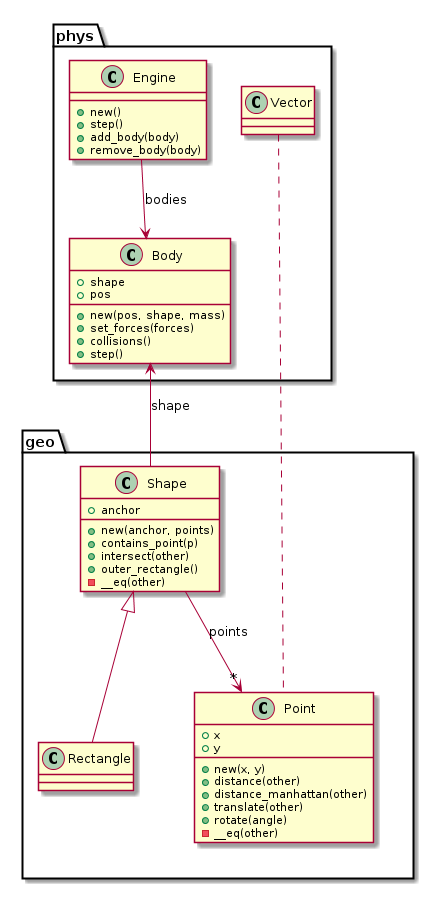
Above: doc/phys.png in andrenho/newhope (PlantUML), before the change.
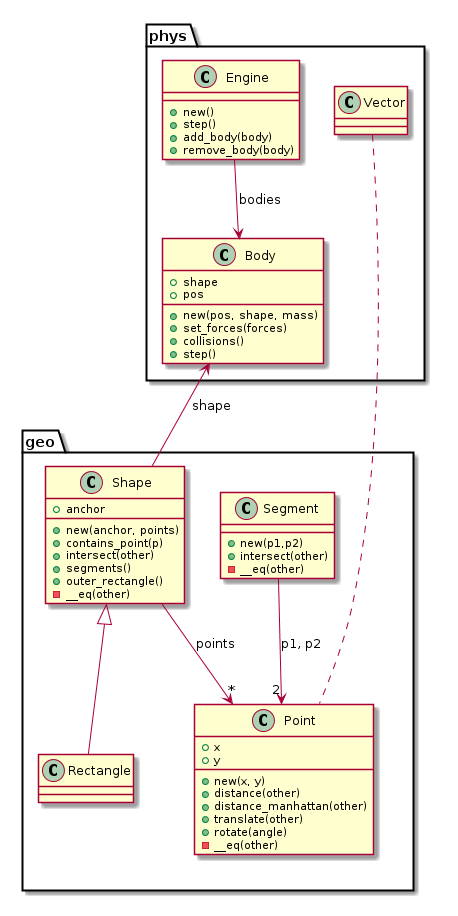
After the commit.

What changed in the source:
```diff
@@ -3,6 +3,7 @@
 package "geo" {
 	Shape --> "*" Point : points
 	Shape <|-- Rectangle
+	Segment --> "2" Point: p1, p2
 }
 
 package "phys" {
@@ -22,11 +23,18 @@
 	-__eq(other)
 }
 
+class Segment {
+	+new(p1,p2)
+	+intersect(other)
+	-__eq(other)
+}
+
 class Shape {
 	+anchor
 	+new(anchor, points)
 	+contains_point(p)
 	+intersect(other)
+	+segments()
 	+outer_rectangle()
 	-__eq(other)
 }
```
